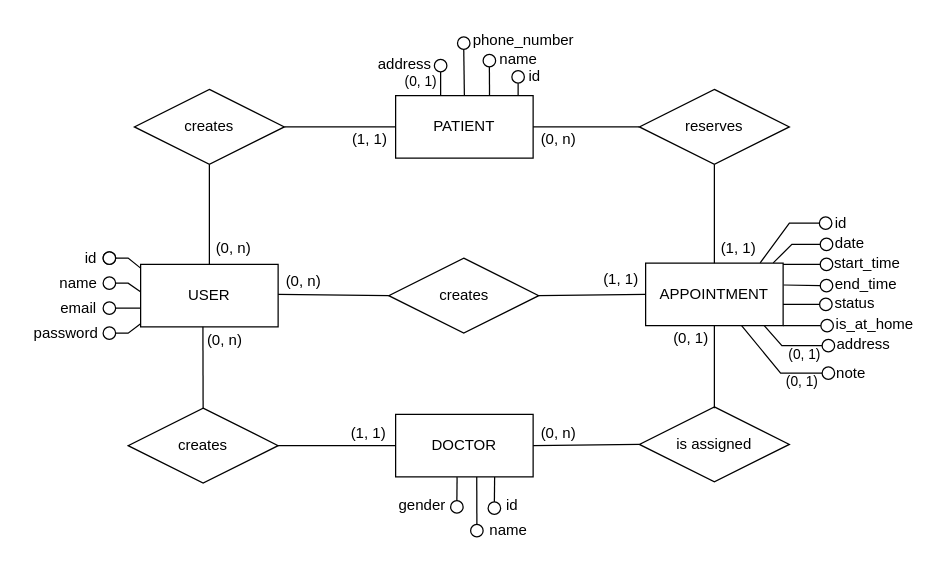
Above: docs/database/conceptual-design.drawio in hdz-kevin/podi-appts (draw.io), before the change. Source tidied: cells renumbered, new cells numbered last; positions are measured from the earlier drawing's top-left corner, leaving out a move shared by most shapes. Both pictures are drawn from the tidied source at 125%, with x=0, y=0 at pixel (21, 21).
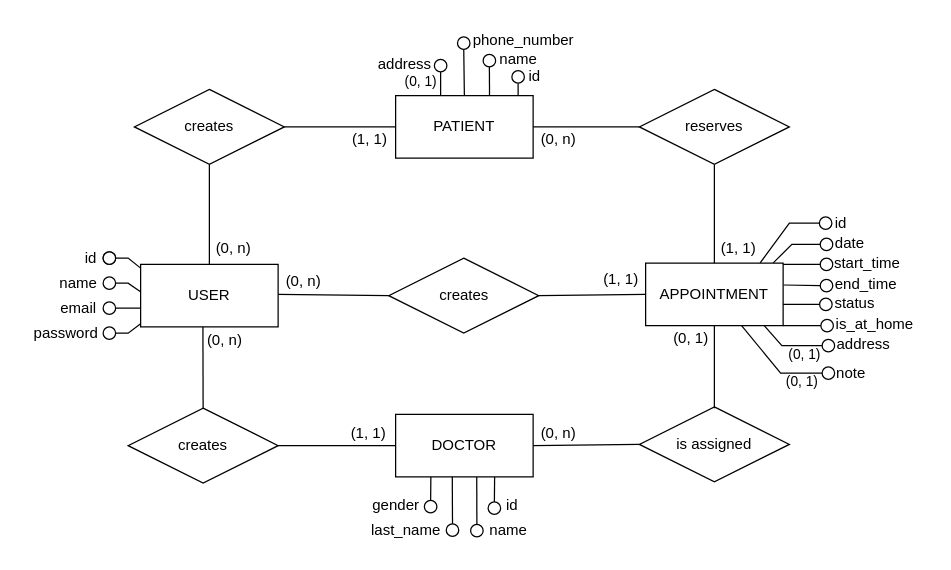
The same diagram, later.

Commit message (it also covers changes not shown here):
add last_name field to doctors

Unchanged cells that the change refers to:
```xml
<mxCell id="16" value="DOCTOR" style="rounded=0;whiteSpace=wrap;html=1;fillColor=none;" parent="1" vertex="1">
  <mxGeometry x="299" y="314" width="110" height="50" as="geometry" />
</mxCell>
```

Change to the diagram source:
```diff
@@
     <mxCell id="30" style="ellipse;whiteSpace=wrap;html=1;fillColor=none;direction=south;" parent="1" vertex="1">
-      <mxGeometry x="343" y="383" width="10" height="10" as="geometry" />
+      <mxGeometry x="322" y="382.8" width="10" height="10" as="geometry" />
     </mxCell>
@@
     <mxCell id="33" value="gender" style="text;html=1;align=center;verticalAlign=middle;strokeColor=none;fillColor=none;" parent="1" vertex="1">
-      <mxGeometry x="292" y="374" width="55" height="26" as="geometry" />
+      <mxGeometry x="271" y="373.8" width="55" height="26" as="geometry" />
     </mxCell>
-    <mxCell id="34" style="endArrow=none;html=1;rounded=0;entryX=0.447;entryY=1.004;entryDx=0;entryDy=0;exitX=0;exitY=0.5;exitDx=0;exitDy=0;entryPerimeter=0;" parent="1" edge="1" source="30" target="16">
-      <mxGeometry relative="1" as="geometry" />
+    <mxCell id="34" style="endArrow=none;html=1;rounded=0;entryX=0.447;entryY=1.004;entryDx=0;entryDy=0;exitX=0;exitY=0.5;exitDx=0;exitDy=0;entryPerimeter=0;" parent="1" edge="1" source="30">
+      <mxGeometry relative="1" as="geometry">
+        <mxPoint x="327.2" y="364" as="targetPoint" />
+      </mxGeometry>
     </mxCell>
@@
+    <mxCell id="92" style="ellipse;whiteSpace=wrap;html=1;fillColor=none;direction=south;" parent="1" vertex="1">
+      <mxGeometry x="339.5" y="401.6" width="10" height="10" as="geometry" />
+    </mxCell>
+    <mxCell id="93" value="last_name" style="text;html=1;align=center;verticalAlign=middle;strokeColor=none;fillColor=none;" parent="1" vertex="1">
+      <mxGeometry x="270.5" y="393.6" width="73" height="26" as="geometry" />
+    </mxCell>
+    <mxCell id="94" style="endArrow=none;html=1;rounded=0;entryX=0.412;entryY=0.996;entryDx=0;entryDy=0;exitX=0;exitY=0.5;exitDx=0;exitDy=0;entryPerimeter=0;" parent="1" edge="1" source="92" target="16">
+      <mxGeometry relative="1" as="geometry" />
+    </mxCell>
```
